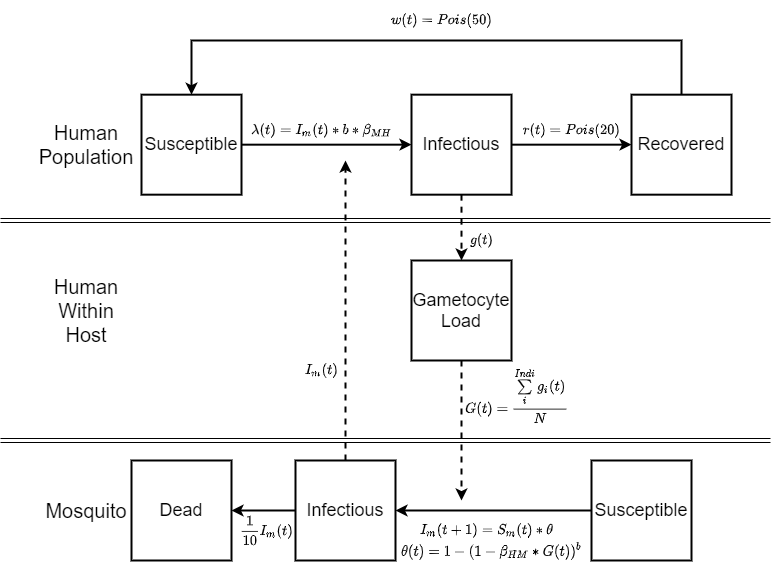
reporkey/malaria-model keeps this draw.io diagram as result/Architecture_within_host.png. Above is the earlier version. Source tidied: cells renumbered, new cells last; positions are measured from the earlier drawing's top-left corner, leaving out a move shared by most shapes.
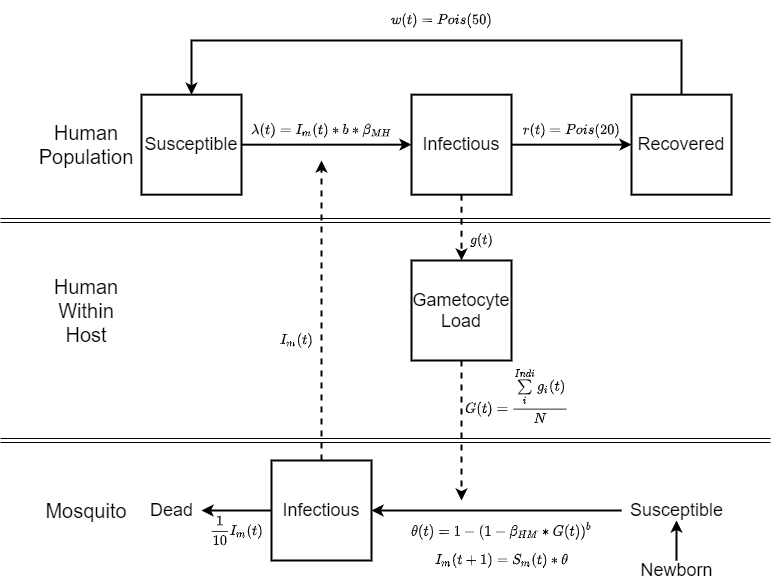
Above is the later version.

Diff of the diagram source:
```diff
@@ -48,22 +48,16 @@
     <mxCell id="13" value="&lt;font style=&quot;font-size: 20px&quot;&gt;Human Within Host&lt;/font&gt;" style="text;html=1;strokeColor=none;fillColor=none;align=center;verticalAlign=middle;whiteSpace=wrap;rounded=0;" parent="1" vertex="1">
       <mxGeometry x="51" y="284" width="70" height="32" as="geometry" />
     </mxCell>
-    <mxCell id="14" style="edgeStyle=orthogonalEdgeStyle;rounded=0;jettySize=auto;html=1;strokeWidth=2;" parent="1" edge="1" source="15" target="18">
-      <mxGeometry relative="1" as="geometry" />
-    </mxCell>
-    <mxCell id="15" value="Susceptible" style="whiteSpace=wrap;html=1;fontSize=18;strokeWidth=2;" parent="1" vertex="1">
-      <mxGeometry x="591" y="450" width="100" height="100" as="geometry" />
-    </mxCell>
+    <mxCell id="31" style="edgeStyle=orthogonalEdgeStyle;rounded=0;jettySize=auto;html=1;strokeWidth=2;dashed=1;" parent="1" edge="1" source="18">
+      <mxGeometry relative="1" as="geometry">
+        <mxPoint x="321" y="150" as="targetPoint" />
+      </mxGeometry>
+    </mxCell>
     <mxCell id="16" style="edgeStyle=orthogonalEdgeStyle;rounded=0;jettySize=auto;html=1;strokeWidth=2;" parent="1" edge="1" source="18" target="28">
       <mxGeometry relative="1" as="geometry" />
     </mxCell>
-    <mxCell id="17" style="edgeStyle=orthogonalEdgeStyle;rounded=0;jettySize=auto;html=1;strokeWidth=2;dashed=1;" parent="1" edge="1" source="18">
-      <mxGeometry relative="1" as="geometry">
-        <mxPoint x="345" y="150" as="targetPoint" />
-      </mxGeometry>
-    </mxCell>
     <mxCell id="18" value="Infectious" style="whiteSpace=wrap;html=1;fontSize=18;strokeWidth=2;" parent="1" vertex="1">
-      <mxGeometry x="295" y="450" width="100" height="100" as="geometry" />
+      <mxGeometry x="271" y="450" width="100" height="100" as="geometry" />
     </mxCell>
     <mxCell id="19" style="endArrow=none;html=1;shape=link;" parent="1" edge="1">
       <mxGeometry relative="1" as="geometry">
@@ -78,10 +72,10 @@
       <mxGeometry x="381" y="375" width="270" height="20" as="geometry" />
     </mxCell>
     <mxCell id="22" value="&lt;div style=&quot;text-align: left&quot;&gt;&lt;span&gt;$$I_m(t+1) = S_m(t) * \theta $$&lt;/span&gt;&lt;/div&gt;" style="text;html=1;align=center;verticalAlign=middle;" parent="1" vertex="1">
-      <mxGeometry x="396" y="510" width="180" height="20" as="geometry" />
+      <mxGeometry x="411" y="540" width="180" height="20" as="geometry" />
     </mxCell>
     <mxCell id="23" value="$$I_m(t)$$" style="text;html=1;align=center;verticalAlign=middle;" parent="1" vertex="1">
-      <mxGeometry x="286" y="350" width="70" height="20" as="geometry" />
+      <mxGeometry x="261" y="320" width="70" height="20" as="geometry" />
     </mxCell>
     <mxCell id="24" value="$$r(t) = Pois(20)$$" style="text;html=1;align=center;verticalAlign=middle;" parent="1" vertex="1">
       <mxGeometry x="511" y="110" width="120" height="20" as="geometry" />
@@ -95,14 +89,26 @@
     <mxCell id="27" value="$$g(t)$$" style="text;html=1;align=center;verticalAlign=middle;" parent="1" vertex="1">
       <mxGeometry x="451" y="220" width="60" height="20" as="geometry" />
     </mxCell>
-    <mxCell id="28" value="Dead" style="whiteSpace=wrap;html=1;fontSize=18;strokeWidth=2;" parent="1" vertex="1">
-      <mxGeometry x="131" y="450" width="100" height="100" as="geometry" />
-    </mxCell>
     <mxCell id="29" value="$$\frac{1}{10}I_m(t)$$" style="text;html=1;align=center;verticalAlign=middle;" parent="1" vertex="1">
-      <mxGeometry x="201" y="510" width="130" height="20" as="geometry" />
+      <mxGeometry x="171" y="510" width="130" height="20" as="geometry" />
     </mxCell>
     <mxCell id="30" value="&lt;div style=&quot;text-align: left&quot;&gt;&lt;span&gt;$$\theta(t) = 1 - (1 - \beta_{HM} * G(t))^{b}&amp;nbsp;$$&lt;/span&gt;&lt;/div&gt;" style="text;html=1;align=center;verticalAlign=middle;" parent="1" vertex="1">
-      <mxGeometry x="361" y="530" width="260" height="20" as="geometry" />
+      <mxGeometry x="371" y="510" width="260" height="20" as="geometry" />
     </mxCell>
+    <mxCell id="28" value="&lt;font style=&quot;font-size: 18px&quot;&gt;Dead&lt;/font&gt;" style="text;html=1;align=center;verticalAlign=middle;points=[];" parent="1" vertex="1">
+      <mxGeometry x="141" y="490" width="60" height="20" as="geometry" />
+    </mxCell>
+    <mxCell id="32" style="edgeStyle=orthogonalEdgeStyle;rounded=0;jettySize=auto;html=1;strokeWidth=2;" parent="1" edge="1" source="33" target="15">
+      <mxGeometry relative="1" as="geometry" />
+    </mxCell>
+    <mxCell id="33" value="&lt;span style=&quot;font-size: 18px&quot;&gt;Newborn&lt;br&gt;&lt;/span&gt;" style="text;html=1;align=center;verticalAlign=middle;points=[];" parent="1" vertex="1">
+      <mxGeometry x="631" y="550" width="90" height="20" as="geometry" />
+    </mxCell>
+    <mxCell id="14" style="edgeStyle=orthogonalEdgeStyle;rounded=0;jettySize=auto;html=1;strokeWidth=2;" parent="1" edge="1" source="15" target="18">
+      <mxGeometry relative="1" as="geometry" />
+    </mxCell>
+    <mxCell id="15" value="&lt;span style=&quot;font-size: 18px&quot;&gt;Susceptible&lt;br&gt;&lt;/span&gt;" style="text;html=1;align=center;verticalAlign=middle;points=[];" parent="1" vertex="1">
+      <mxGeometry x="621" y="490" width="110" height="20" as="geometry" />
+    </mxCell>
   </root>
 </mxGraphModel>
```
